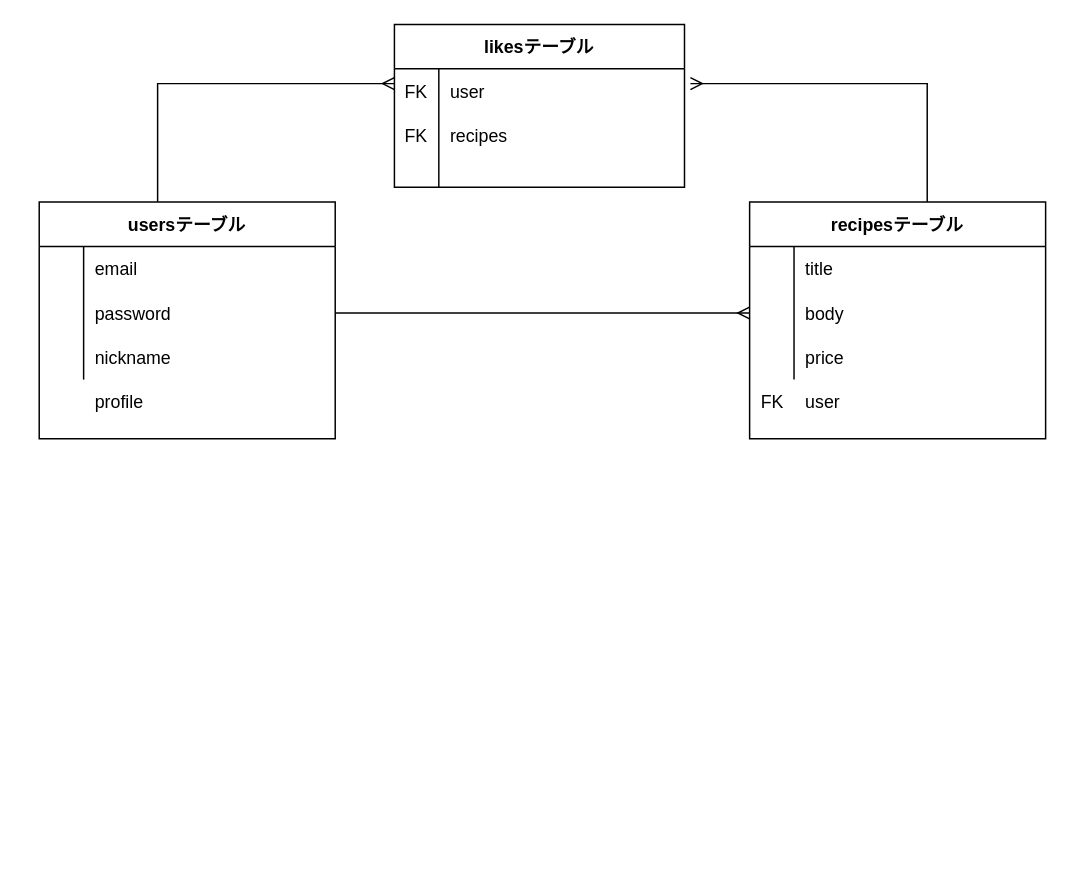
Before: recipe.dio in kazukimastumoto/recipe-31119, a draw.io diagram. Source tidied: cells renumbered, new cells numbered last; positions are measured from the earlier drawing's top-left corner, leaving out a move shared by most shapes. Both pictures are drawn from the tidied source at 148%, with x=0, y=0 at pixel (38, 24).
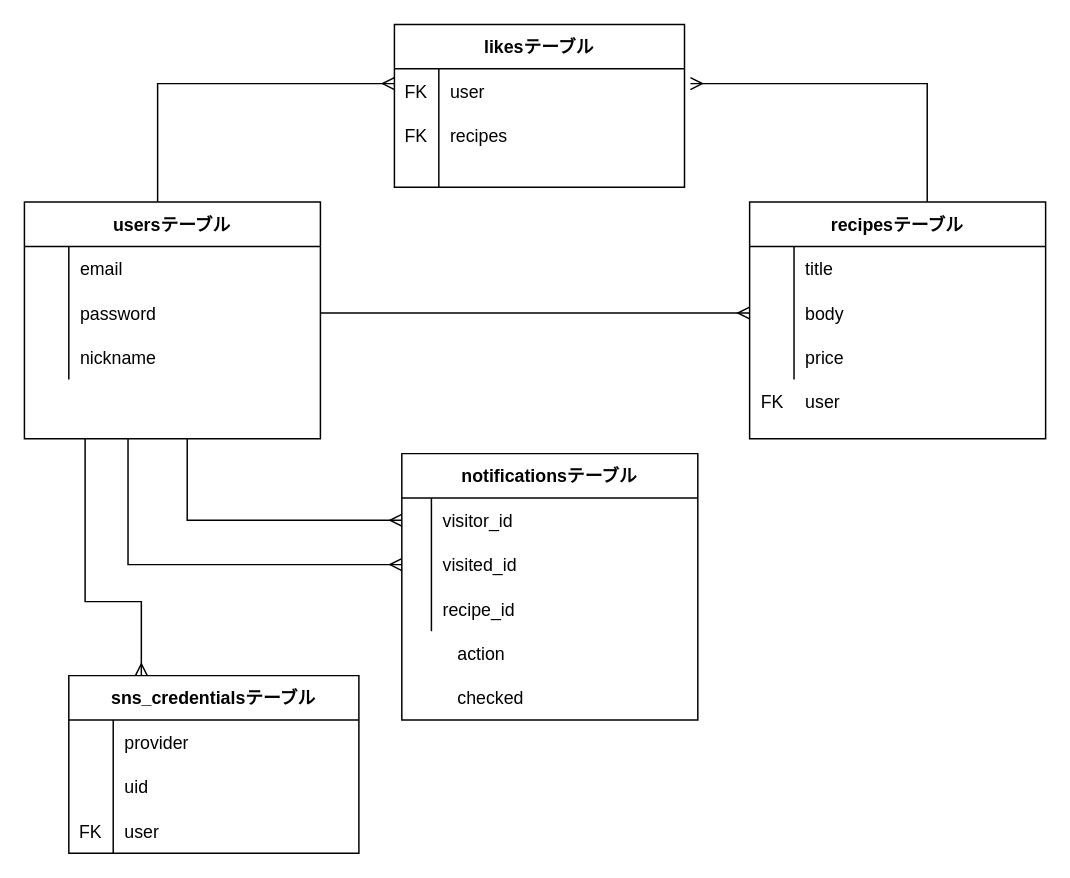
The same page after the edit.

What changed in the source:
```diff
@@
-    <mxCell id="18" value="usersテーブル" style="shape=table;startSize=30;childLayout=tableLayout;rowLines=0;fontStyle=1;align=center;" parent="1" vertex="1">
-      <mxGeometry y="120" width="200" height="160" as="geometry" />
-    </mxCell>
-    <mxCell id="19" style="shape=partialRectangle;fillColor=none;top=0;left=0;bottom=0;right=0;" parent="18" vertex="1">
-      <mxGeometry y="30" width="200" height="30" as="geometry" />
-    </mxCell>
-    <mxCell id="20" style="shape=partialRectangle;fillColor=none;top=0;left=0;bottom=0;right=0;overflow=hidden;" parent="19" vertex="1">
-      <mxGeometry width="30" height="30" as="geometry" />
-    </mxCell>
-    <mxCell id="21" value="email" style="shape=partialRectangle;fillColor=none;top=0;left=0;bottom=0;right=0;align=left;spacingLeft=6;overflow=hidden;" parent="19" vertex="1">
-      <mxGeometry x="30" width="170" height="30" as="geometry" />
-    </mxCell>
-    <mxCell id="22" style="shape=partialRectangle;fillColor=none;top=0;left=0;bottom=0;right=0;points=[[0,0.5],[1,0.5]];portConstraint=eastwest;" parent="18" vertex="1">
-      <mxGeometry y="60" width="200" height="30" as="geometry" />
-    </mxCell>
-    <mxCell id="23" style="shape=partialRectangle;fillColor=none;top=0;left=0;bottom=0;right=0;overflow=hidden;" parent="22" vertex="1">
-      <mxGeometry width="30" height="30" as="geometry" />
-    </mxCell>
-    <mxCell id="24" value="password" style="shape=partialRectangle;fillColor=none;top=0;left=0;bottom=0;right=0;align=left;spacingLeft=6;overflow=hidden;" parent="22" vertex="1">
-      <mxGeometry x="30" width="170" height="30" as="geometry" />
-    </mxCell>
-    <mxCell id="25" style="shape=partialRectangle;fillColor=none;top=0;left=0;bottom=0;right=0;" parent="18" vertex="1">
-      <mxGeometry y="90" width="200" height="30" as="geometry" />
-    </mxCell>
-    <mxCell id="26" style="shape=partialRectangle;fillColor=none;top=0;left=0;bottom=0;right=0;overflow=hidden;" parent="25" vertex="1">
-      <mxGeometry width="30" height="30" as="geometry" />
-    </mxCell>
-    <mxCell id="27" value="nickname" style="shape=partialRectangle;fillColor=none;top=0;left=0;bottom=0;right=0;align=left;spacingLeft=6;overflow=hidden;" parent="25" vertex="1">
-      <mxGeometry x="30" width="170" height="30" as="geometry" />
-    </mxCell>
+    <mxCell id="42" style="edgeStyle=orthogonalEdgeStyle;rounded=0;jettySize=auto;html=1;endArrow=ERmany;endFill=0;" parent="1" edge="1" source="18" target="44">
+      <mxGeometry relative="1" as="geometry">
+        <Array as="points">
+          <mxPoint x="100" y="335" />
+        </Array>
+      </mxGeometry>
+    </mxCell>
@@
-    <mxCell id="29" value="profile" style="shape=partialRectangle;fillColor=none;top=0;left=0;bottom=0;right=0;align=left;spacingLeft=6;overflow=hidden;" parent="1" vertex="1">
-      <mxGeometry x="30" y="240" width="170" height="30" as="geometry" />
-    </mxCell>
@@
+    <mxCell id="43" value="notificationsテーブル" style="shape=table;startSize=30;childLayout=tableLayout;rowLines=0;fontStyle=1;align=center;" parent="1" vertex="1">
+      <mxGeometry x="245" y="290" width="200" height="180" as="geometry" />
+    </mxCell>
+    <mxCell id="44" style="shape=partialRectangle;fillColor=none;top=0;left=0;bottom=0;right=0;points=[[0,0.5],[1,0.5]];portConstraint=eastwest;" parent="43" vertex="1">
+      <mxGeometry y="30" width="200" height="30" as="geometry" />
+    </mxCell>
+    <mxCell id="45" style="shape=partialRectangle;fillColor=none;top=0;left=0;bottom=0;right=0;overflow=hidden;" parent="44" vertex="1">
+      <mxGeometry width="20" height="30" as="geometry" />
+    </mxCell>
+    <mxCell id="46" value="visitor_id" style="shape=partialRectangle;fillColor=none;top=0;left=0;bottom=0;right=0;align=left;spacingLeft=6;overflow=hidden;" parent="44" vertex="1">
+      <mxGeometry x="20" width="180" height="30" as="geometry" />
+    </mxCell>
+    <mxCell id="47" style="shape=partialRectangle;fillColor=none;top=0;left=0;bottom=0;right=0;points=[[0,0.5],[1,0.5]];portConstraint=eastwest;" parent="43" vertex="1">
+      <mxGeometry y="60" width="200" height="30" as="geometry" />
+    </mxCell>
+    <mxCell id="48" style="shape=partialRectangle;fillColor=none;top=0;left=0;bottom=0;right=0;overflow=hidden;" parent="47" vertex="1">
+      <mxGeometry width="20" height="30" as="geometry" />
+    </mxCell>
+    <mxCell id="49" value="visited_id" style="shape=partialRectangle;fillColor=none;top=0;left=0;bottom=0;right=0;align=left;spacingLeft=6;overflow=hidden;" parent="47" vertex="1">
+      <mxGeometry x="20" width="180" height="30" as="geometry" />
+    </mxCell>
+    <mxCell id="50" style="shape=partialRectangle;fillColor=none;top=0;left=0;bottom=0;right=0;" parent="43" vertex="1">
+      <mxGeometry y="90" width="200" height="30" as="geometry" />
+    </mxCell>
+    <mxCell id="51" style="shape=partialRectangle;fillColor=none;top=0;left=0;bottom=0;right=0;overflow=hidden;" parent="50" vertex="1">
+      <mxGeometry width="20" height="30" as="geometry" />
+    </mxCell>
+    <mxCell id="52" value="recipe_id" style="shape=partialRectangle;fillColor=none;top=0;left=0;bottom=0;right=0;align=left;spacingLeft=6;overflow=hidden;" parent="50" vertex="1">
+      <mxGeometry x="20" width="180" height="30" as="geometry" />
+    </mxCell>
+    <mxCell id="53" value="action" style="shape=partialRectangle;fillColor=none;top=0;left=0;bottom=0;right=0;align=left;spacingLeft=6;overflow=hidden;" parent="1" vertex="1">
+      <mxGeometry x="275" y="410" width="170" height="30" as="geometry" />
+    </mxCell>
+    <mxCell id="54" value="checked" style="shape=partialRectangle;fillColor=none;top=0;left=0;bottom=0;right=0;align=left;spacingLeft=6;overflow=hidden;" parent="1" vertex="1">
+      <mxGeometry x="275" y="440" width="170" height="30" as="geometry" />
+    </mxCell>
+    <mxCell id="55" style="edgeStyle=orthogonalEdgeStyle;rounded=0;jettySize=auto;html=1;endArrow=ERmany;endFill=0;entryX=0;entryY=0.5;entryDx=0;entryDy=0;" parent="1" edge="1" target="47">
+      <mxGeometry relative="1" as="geometry">
+        <mxPoint x="60" y="280" as="sourcePoint" />
+        <Array as="points">
+          <mxPoint x="60" y="365" />
+        </Array>
+      </mxGeometry>
+    </mxCell>
+    <mxCell id="56" value="sns_credentialsテーブル" style="shape=table;startSize=30;childLayout=tableLayout;rowLines=0;fontStyle=1;align=center;" parent="1" vertex="1">
+      <mxGeometry x="20" y="440" width="196" height="120" as="geometry" />
+    </mxCell>
+    <mxCell id="57" style="shape=partialRectangle;fillColor=none;top=0;left=0;bottom=0;right=0;" parent="56" vertex="1">
+      <mxGeometry y="30" width="196" height="30" as="geometry" />
+    </mxCell>
+    <mxCell id="58" style="shape=partialRectangle;fillColor=none;top=0;left=0;bottom=0;right=0;overflow=hidden;" parent="57" vertex="1">
+      <mxGeometry width="30" height="30" as="geometry" />
+    </mxCell>
+    <mxCell id="59" value="provider" style="shape=partialRectangle;fillColor=none;top=0;left=0;bottom=0;right=0;align=left;spacingLeft=6;overflow=hidden;" parent="57" vertex="1">
+      <mxGeometry x="30" width="166" height="30" as="geometry" />
+    </mxCell>
+    <mxCell id="60" style="shape=partialRectangle;fillColor=none;top=0;left=0;bottom=0;right=0;" parent="56" vertex="1">
+      <mxGeometry y="60" width="196" height="30" as="geometry" />
+    </mxCell>
+    <mxCell id="61" style="shape=partialRectangle;fillColor=none;top=0;left=0;bottom=0;right=0;overflow=hidden;" parent="60" vertex="1">
+      <mxGeometry width="30" height="30" as="geometry" />
+    </mxCell>
+    <mxCell id="62" value="uid" style="shape=partialRectangle;fillColor=none;top=0;left=0;bottom=0;right=0;align=left;spacingLeft=6;overflow=hidden;" parent="60" vertex="1">
+      <mxGeometry x="30" width="166" height="30" as="geometry" />
+    </mxCell>
+    <mxCell id="63" style="shape=partialRectangle;fillColor=none;top=0;left=0;bottom=0;right=0;" parent="56" vertex="1">
+      <mxGeometry y="90" width="196" height="30" as="geometry" />
+    </mxCell>
+    <mxCell id="64" style="shape=partialRectangle;fillColor=none;top=0;left=0;bottom=0;right=0;overflow=hidden;" parent="63" vertex="1">
+      <mxGeometry width="30" height="30" as="geometry" />
+    </mxCell>
+    <mxCell id="65" value="user" style="shape=partialRectangle;fillColor=none;top=0;left=0;bottom=0;right=0;align=left;spacingLeft=6;overflow=hidden;" parent="63" vertex="1">
+      <mxGeometry x="30" width="166" height="30" as="geometry" />
+    </mxCell>
+    <mxCell id="66" style="edgeStyle=orthogonalEdgeStyle;rounded=0;jettySize=auto;html=1;endArrow=ERmany;endFill=0;entryX=0.25;entryY=0;entryDx=0;entryDy=0;" parent="1" edge="1" target="56">
+      <mxGeometry relative="1" as="geometry">
+        <mxPoint x="31" y="280" as="sourcePoint" />
+        <Array as="points">
+          <mxPoint x="31" y="390" />
+          <mxPoint x="69" y="390" />
+        </Array>
+      </mxGeometry>
+    </mxCell>
+    <mxCell id="67" value="FK" style="shape=partialRectangle;fillColor=none;top=0;left=0;bottom=0;right=0;overflow=hidden;" parent="1" vertex="1">
+      <mxGeometry x="20" y="530" width="30" height="30" as="geometry" />
+    </mxCell>
+    <mxCell id="18" value="usersテーブル" style="shape=table;startSize=30;childLayout=tableLayout;rowLines=0;fontStyle=1;align=center;" parent="1" vertex="1">
+      <mxGeometry x="-10" y="120" width="200" height="160" as="geometry" />
+    </mxCell>
+    <mxCell id="19" style="shape=partialRectangle;fillColor=none;top=0;left=0;bottom=0;right=0;" parent="18" vertex="1">
+      <mxGeometry y="30" width="200" height="30" as="geometry" />
+    </mxCell>
+    <mxCell id="20" style="shape=partialRectangle;fillColor=none;top=0;left=0;bottom=0;right=0;overflow=hidden;" parent="19" vertex="1">
+      <mxGeometry width="30" height="30" as="geometry" />
+    </mxCell>
+    <mxCell id="21" value="email" style="shape=partialRectangle;fillColor=none;top=0;left=0;bottom=0;right=0;align=left;spacingLeft=6;overflow=hidden;" parent="19" vertex="1">
+      <mxGeometry x="30" width="170" height="30" as="geometry" />
+    </mxCell>
+    <mxCell id="22" style="shape=partialRectangle;fillColor=none;top=0;left=0;bottom=0;right=0;points=[[0,0.5],[1,0.5]];portConstraint=eastwest;" parent="18" vertex="1">
+      <mxGeometry y="60" width="200" height="30" as="geometry" />
+    </mxCell>
+    <mxCell id="23" style="shape=partialRectangle;fillColor=none;top=0;left=0;bottom=0;right=0;overflow=hidden;" parent="22" vertex="1">
+      <mxGeometry width="30" height="30" as="geometry" />
+    </mxCell>
+    <mxCell id="24" value="password" style="shape=partialRectangle;fillColor=none;top=0;left=0;bottom=0;right=0;align=left;spacingLeft=6;overflow=hidden;" parent="22" vertex="1">
+      <mxGeometry x="30" width="170" height="30" as="geometry" />
+    </mxCell>
+    <mxCell id="25" style="shape=partialRectangle;fillColor=none;top=0;left=0;bottom=0;right=0;" parent="18" vertex="1">
+      <mxGeometry y="90" width="200" height="30" as="geometry" />
+    </mxCell>
+    <mxCell id="26" style="shape=partialRectangle;fillColor=none;top=0;left=0;bottom=0;right=0;overflow=hidden;" parent="25" vertex="1">
+      <mxGeometry width="30" height="30" as="geometry" />
+    </mxCell>
+    <mxCell id="27" value="nickname" style="shape=partialRectangle;fillColor=none;top=0;left=0;bottom=0;right=0;align=left;spacingLeft=6;overflow=hidden;" parent="25" vertex="1">
+      <mxGeometry x="30" width="170" height="30" as="geometry" />
+    </mxCell>
```
